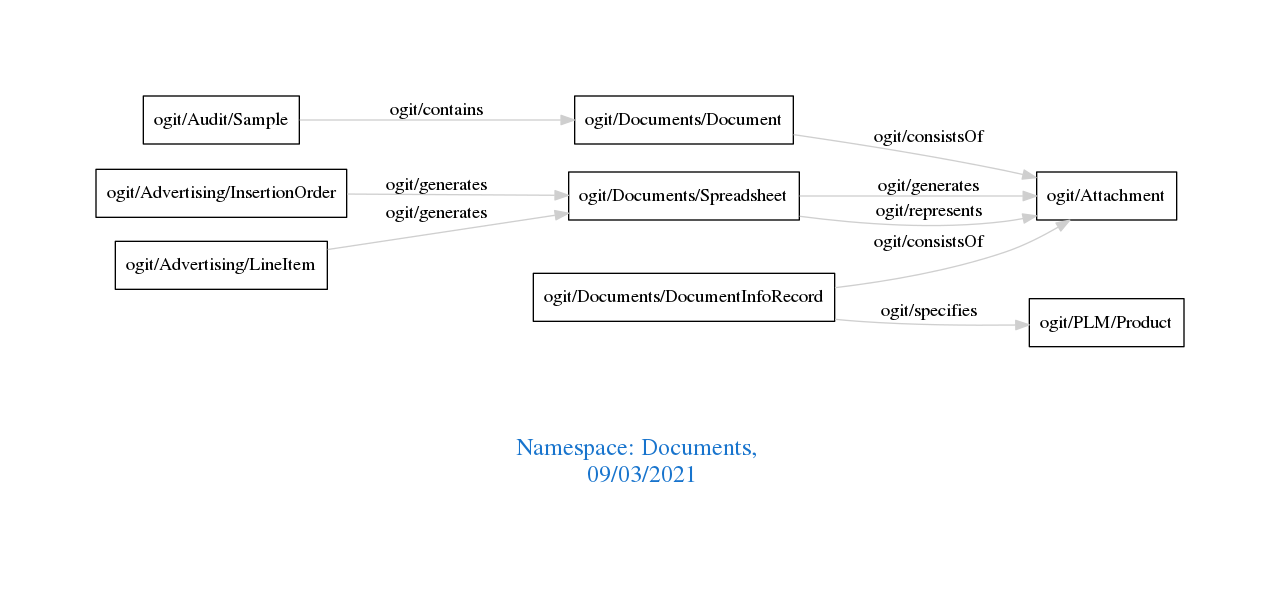
Before: downloads/Documents.png, a diagram exported from Graphviz (arago/OGIT). Its source is kept beside it as downloads/Documents.dot.
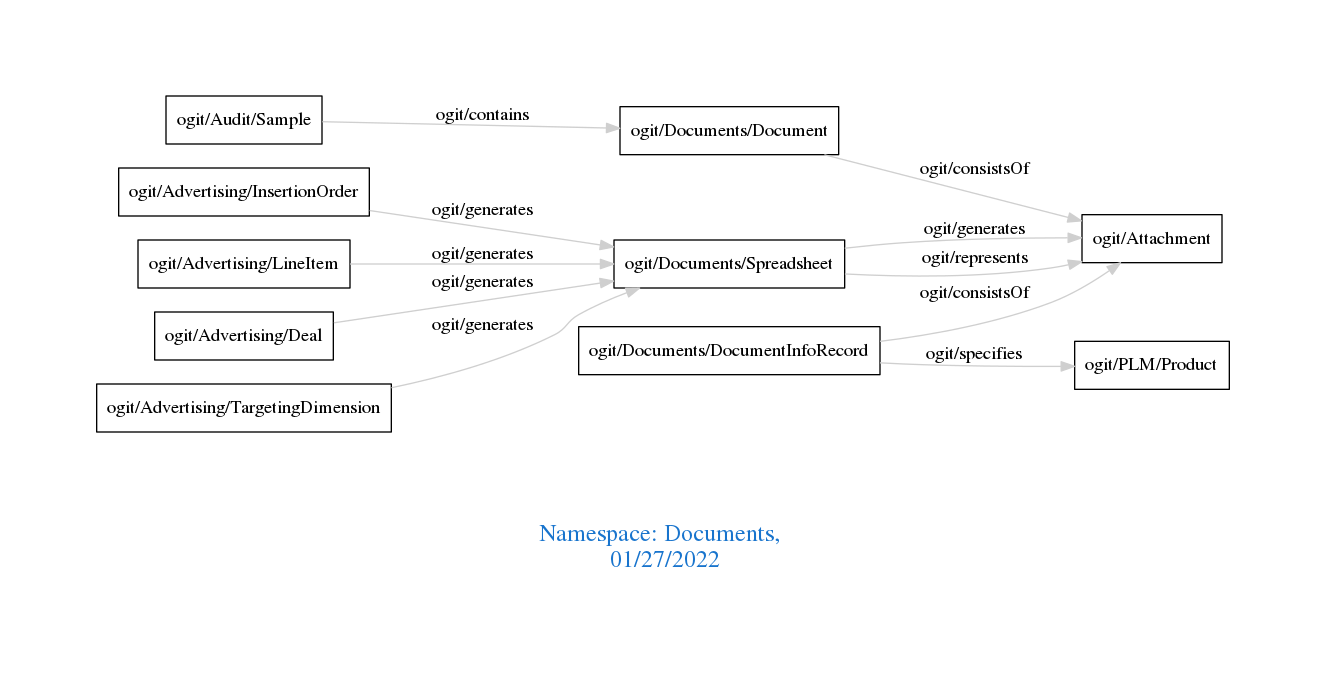
After the change.

Change to the diagram source:
```diff
@@ -1,14 +1,16 @@
 digraph OGIT_ontology {
  graph [ rankdir= LR,pad=1
 fontsize = 18,
-fontcolor= dodgerblue3,label = "\n\n\nNamespace: Documents, \n 09/03/2021"];
+fontcolor= dodgerblue3,label = "\n\n\nNamespace: Documents, \n 01/27/2022"];
 node[shape=polygon];
 edge [  color="gray81"];
 
    "ogit/Audit/Sample" -> "ogit/Documents/Document" [label="   ogit/contains    "];
+   "ogit/Documents/Spreadsheet" -> "ogit/Attachment" [label="   ogit/generates    "];
    "ogit/Advertising/InsertionOrder" -> "ogit/Documents/Spreadsheet" [label="   ogit/generates    "];
    "ogit/Advertising/LineItem" -> "ogit/Documents/Spreadsheet" [label="   ogit/generates    "];
-   "ogit/Documents/Spreadsheet" -> "ogit/Attachment" [label="   ogit/generates    "];
+   "ogit/Advertising/Deal" -> "ogit/Documents/Spreadsheet" [label="   ogit/generates    "];
+   "ogit/Advertising/TargetingDimension" -> "ogit/Documents/Spreadsheet" [label="   ogit/generates    "];
    "ogit/Documents/DocumentInfoRecord" -> "ogit/PLM/Product" [label="   ogit/specifies    "];
    "ogit/Documents/Spreadsheet" -> "ogit/Attachment" [label="   ogit/represents    "];
    "ogit/Documents/Document" -> "ogit/Attachment" [label="   ogit/consistsOf    "];
```
